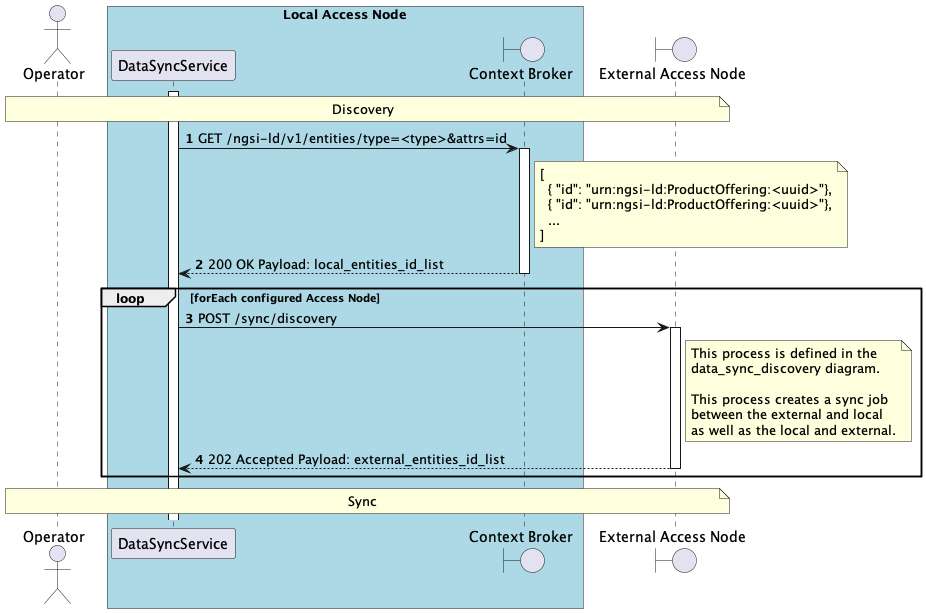
The PlantUML diagram desmos-tech-doc/images/use-case-data-synchronization-2-discovery.png in in2workspace/in2-guides, before a commit. The source it was exported from:
```plantuml
@startuml

autonumber
skinparam BoxPadding 10


actor "Operator" as operator

box "Local Access Node" #LightBlue
    participant "DataSyncService" as data_sync_service
    boundary "Context Broker" as context_broker
end box

boundary "External Access Node" as external_access_node


note over operator, external_access_node
    Discovery
end note

activate data_sync_service
data_sync_service -> context_broker++: GET /ngsi-ld/v1/entities/type=<type>&attrs=id
    note right of context_broker
      [
        { "id": "urn:ngsi-ld:ProductOffering:<uuid>"},
        { "id": "urn:ngsi-ld:ProductOffering:<uuid>"},
        ...
      ]
    end note
return 200 OK Payload: local_entities_id_list

loop forEach configured Access Node
    data_sync_service -> external_access_node++: POST /sync/discovery
        note right of external_access_node
            This process is defined in the
            data_sync_discovery diagram.

            This process creates a sync job
            between the external and local
            as well as the local and external.
        end note
    return 202 Accepted Payload: external_entities_id_list
end

note over operator, external_access_node
    Sync
end note

@enduml
```
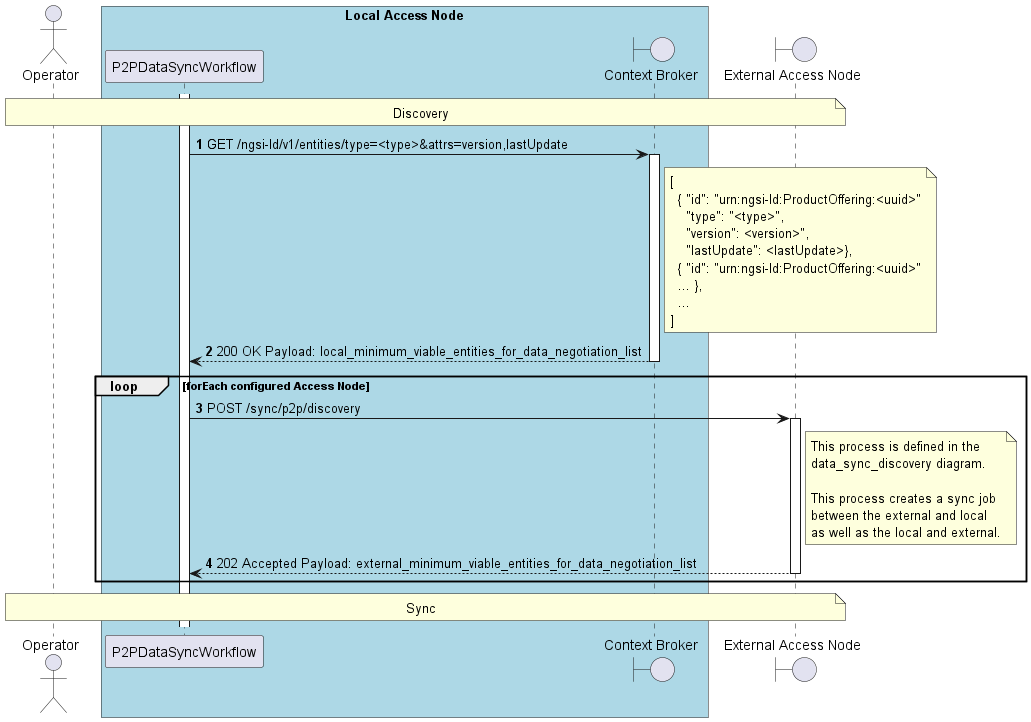
The same diagram one commit later.

Diff of the diagram source:
```diff
@@ -7,7 +7,7 @@
 actor "Operator" as operator
 
 box "Local Access Node" #LightBlue
-    participant "DataSyncService" as data_sync_service
+    participant "P2PDataSyncWorkflow" as p2p_data_sync_workflow
     boundary "Context Broker" as context_broker
 end box
 
@@ -18,19 +18,23 @@
     Discovery
 end note
 
-activate data_sync_service
-data_sync_service -> context_broker++: GET /ngsi-ld/v1/entities/type=<type>&attrs=id
+activate p2p_data_sync_workflow
+p2p_data_sync_workflow -> context_broker++: GET /ngsi-ld/v1/entities/type=<type>&attrs=version,lastUpdate
     note right of context_broker
       [
-        { "id": "urn:ngsi-ld:ProductOffering:<uuid>"},
-        { "id": "urn:ngsi-ld:ProductOffering:<uuid>"},
+        { "id": "urn:ngsi-ld:ProductOffering:<uuid>"
+          "type": "<type>",
+          "version": <version>",
+          "lastUpdate": <lastUpdate>},
+        { "id": "urn:ngsi-ld:ProductOffering:<uuid>"
+        ... },
         ...
       ]
     end note
-return 200 OK Payload: local_entities_id_list
+return 200 OK Payload: local_minimum_viable_entities_for_data_negotiation_list
 
 loop forEach configured Access Node
-    data_sync_service -> external_access_node++: POST /sync/discovery
+    p2p_data_sync_workflow -> external_access_node++: POST /sync/p2p/discovery
         note right of external_access_node
             This process is defined in the
             data_sync_discovery diagram.
@@ -39,7 +43,7 @@
             between the external and local
             as well as the local and external.
         end note
-    return 202 Accepted Payload: external_entities_id_list
+    return 202 Accepted Payload: external_minimum_viable_entities_for_data_negotiation_list
 end
 
 note over operator, external_access_node
```
